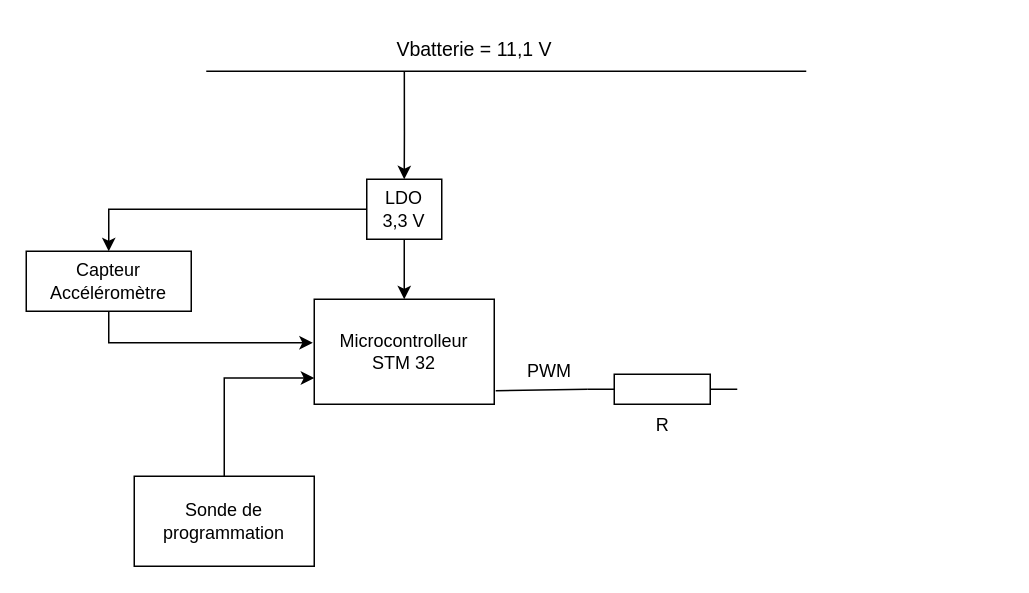
This is Hardware/Schéma Hardaware.drawio from RayenENSEA/DRAGSTER, a draw.io file, before an edit. Source tidied: cells renumbered, new cells numbered last; positions are measured from the earlier drawing's top-left corner, leaving out a move shared by most shapes. Both pictures are drawn from the tidied source at 150%, with x=0, y=0 at pixel (26, 26).
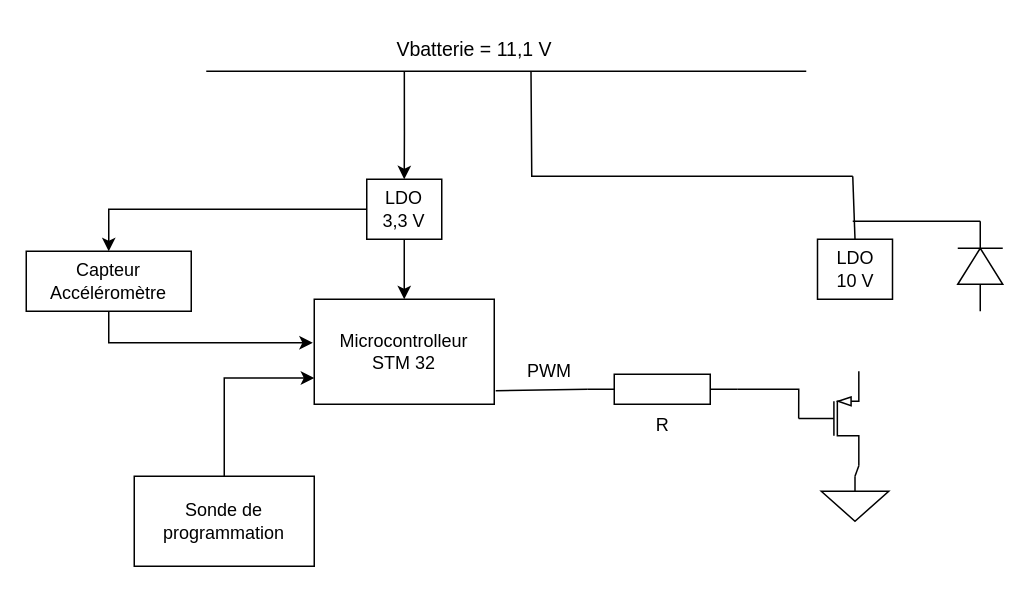
The same diagram, later.

Commit message (it also covers changes not shown here):
Mettre à jour Schéma Hardaware.drawio

The change refers to these unchanged cells:
```xml
<mxCell id="3" value="&lt;font style=&quot;font-size: 13px;&quot;&gt;Vbatterie = 11,1 V&lt;/font&gt;" style="text;html=1;strokeColor=none;fillColor=none;align=center;verticalAlign=middle;whiteSpace=wrap;rounded=0;" parent="1" vertex="1">
  <mxGeometry x="224" width="150" height="30" as="geometry" />
</mxCell>
<mxCell id="13" value="R" style="verticalLabelPosition=bottom;shadow=0;dashed=0;align=center;html=1;verticalAlign=top;shape=mxgraph.electrical.resistors.resistor_1;" parent="1" vertex="1">
  <mxGeometry x="374" y="232" width="100" height="20" as="geometry" />
</mxCell>
```

What changed in the source:
```diff
@@
+    <mxCell id="16" style="verticalLabelPosition=bottom;shadow=0;dashed=0;align=center;html=1;verticalAlign=top;shape=mxgraph.electrical.transistors.pmos;" parent="1" vertex="1">
+      <mxGeometry x="510" y="230" width="50" height="63" as="geometry" />
+    </mxCell>
+    <mxCell id="17" style="endArrow=none;html=1;rounded=0;entryX=0;entryY=0.5;entryDx=0;entryDy=0;entryPerimeter=0;exitX=1;exitY=0.5;exitDx=0;exitDy=0;exitPerimeter=0;" parent="1" edge="1" source="13" target="16">
+      <mxGeometry relative="1" as="geometry">
+        <Array as="points">
+          <mxPoint x="515" y="242" />
+        </Array>
+      </mxGeometry>
+    </mxCell>
+    <mxCell id="18" style="verticalLabelPosition=bottom;shadow=0;dashed=0;align=center;html=1;verticalAlign=top;shape=mxgraph.electrical.signal_sources.signal_ground;" parent="1" vertex="1">
+      <mxGeometry x="530" y="300" width="45" height="30" as="geometry" />
+    </mxCell>
+    <mxCell id="19" style="endArrow=none;html=1;rounded=0;entryX=1;entryY=1;entryDx=0;entryDy=0;entryPerimeter=0;exitX=0.5;exitY=0;exitDx=0;exitDy=0;exitPerimeter=0;" parent="1" edge="1" source="18" target="16">
+      <mxGeometry relative="1" as="geometry" />
+    </mxCell>
+    <mxCell id="20" style="verticalLabelPosition=bottom;shadow=0;dashed=0;align=center;html=1;verticalAlign=top;shape=mxgraph.electrical.diodes.diode;rotation=-90;" parent="1" vertex="1">
+      <mxGeometry x="606" y="145" width="60" height="30" as="geometry" />
+    </mxCell>
+    <mxCell id="21" style="endArrow=none;html=1;rounded=0;entryX=0.75;entryY=1;entryDx=0;entryDy=0;" parent="1" edge="1" target="3">
+      <mxGeometry relative="1" as="geometry">
+        <mxPoint x="551" y="100" as="sourcePoint" />
+        <Array as="points">
+          <mxPoint x="337" y="100" />
+        </Array>
+      </mxGeometry>
+    </mxCell>
+    <mxCell id="22" style="endArrow=none;html=1;rounded=0;exitX=0.5;exitY=0;exitDx=0;exitDy=0;" parent="1" edge="1">
+      <mxGeometry relative="1" as="geometry">
+        <mxPoint x="552.5" y="142" as="sourcePoint" />
+        <mxPoint x="551" y="100" as="targetPoint" />
+      </mxGeometry>
+    </mxCell>
+    <mxCell id="23" style="endArrow=none;html=1;rounded=0;exitX=1;exitY=0.5;exitDx=0;exitDy=0;exitPerimeter=0;" parent="1" edge="1" source="20">
+      <mxGeometry relative="1" as="geometry">
+        <mxPoint x="551" y="130" as="targetPoint" />
+        <Array as="points">
+          <mxPoint x="591" y="130" />
+        </Array>
+      </mxGeometry>
+    </mxCell>
+    <mxCell id="24" value="LDO&lt;br&gt;10&amp;nbsp;V" style="rounded=0;whiteSpace=wrap;html=1;" parent="1" vertex="1">
+      <mxGeometry x="527.5" y="142" width="50" height="40" as="geometry" />
+    </mxCell>
```
